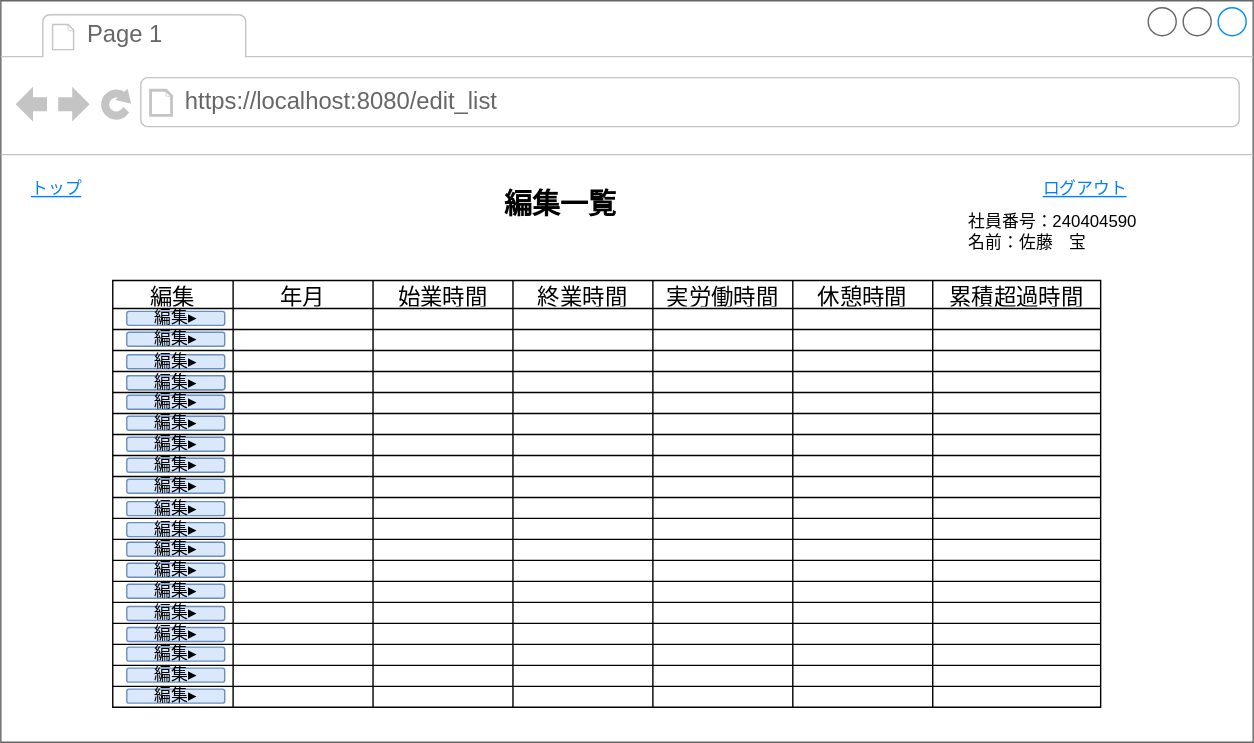
This is 基本設計/画面設計図/21_editlist.drawio.svg from ICT-Training-2026/team-project-15, a draw.io export, as it was before one commit. Source tidied: cells renumbered, new cells last; positions are measured from the earlier drawing's top-left corner, leaving out a move shared by most shapes.
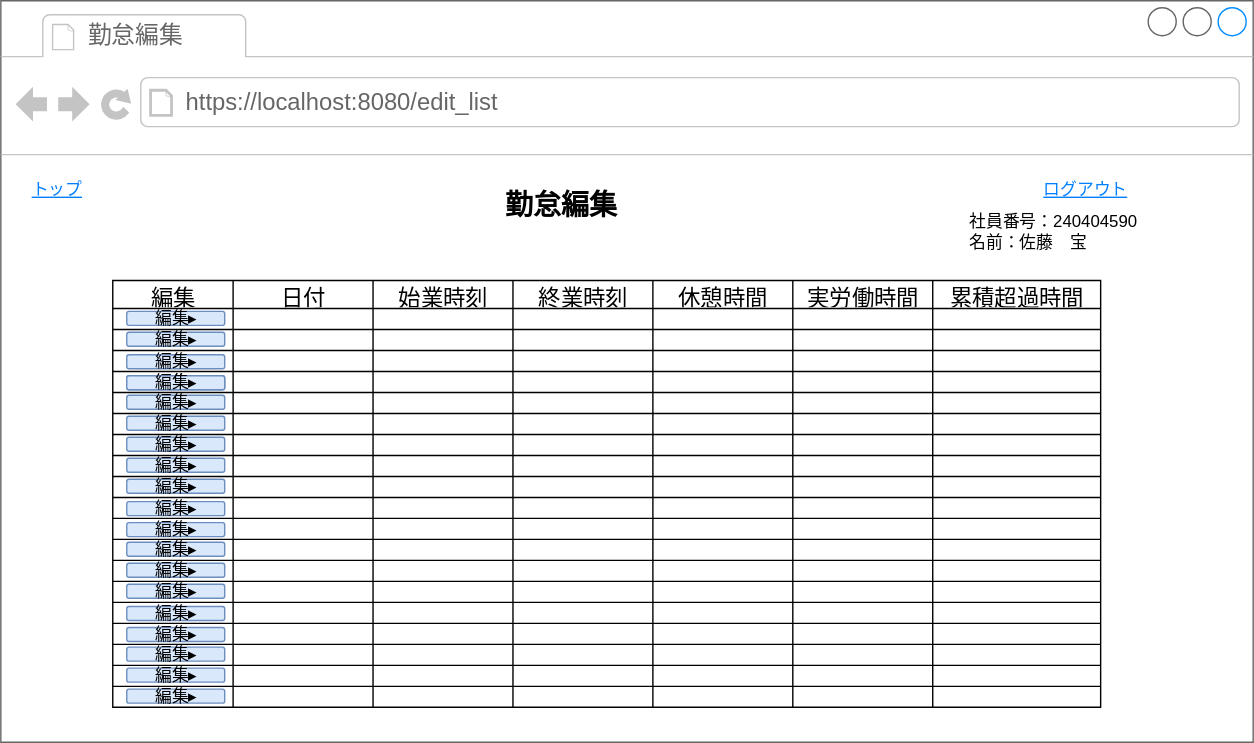
The same file after the commit.

Change to the diagram source:
```diff
@@ -5,7 +5,7 @@
     <mxCell id="2" style="strokeWidth=1;shadow=0;dashed=0;align=center;html=1;shape=mxgraph.mockup.containers.browserWindow;rSize=0;strokeColor=#666666;strokeColor2=#008cff;strokeColor3=#c4c4c4;mainText=,;" parent="1" vertex="1">
       <mxGeometry width="895" height="530" as="geometry" />
     </mxCell>
-    <mxCell id="3" value="Page 1" style="strokeWidth=1;shadow=0;dashed=0;align=center;html=1;shape=mxgraph.mockup.containers.anchor;fontSize=17;fontColor=#666666;align=left;whiteSpace=wrap;" parent="2" vertex="1">
+    <mxCell id="3" value="勤怠編集" style="strokeWidth=1;shadow=0;dashed=0;align=center;html=1;shape=mxgraph.mockup.containers.anchor;fontSize=17;fontColor=#666666;align=left;whiteSpace=wrap;" parent="2" vertex="1">
       <mxGeometry x="60" y="12" width="110" height="26" as="geometry" />
     </mxCell>
     <mxCell id="4" value="https://localhost:8080/edit_list" style="strokeWidth=1;shadow=0;dashed=0;align=center;html=1;shape=mxgraph.mockup.containers.anchor;rSize=0;fontSize=17;fontColor=#666666;align=left;" parent="2" vertex="1">
@@ -17,7 +17,7 @@
     <mxCell id="6" value="&lt;font color=&quot;#007fff&quot;&gt;&lt;u&gt;ログアウト&lt;/u&gt;&lt;/font&gt;" style="text;html=1;align=center;verticalAlign=middle;whiteSpace=wrap;rounded=0;" parent="2" vertex="1">
       <mxGeometry x="740" y="120" width="70" height="30" as="geometry" />
     </mxCell>
-    <mxCell id="7" value="&lt;b&gt;&lt;font style=&quot;font-size: 20px;&quot;&gt;編集一覧&lt;/font&gt;&lt;/b&gt;" style="text;html=1;align=center;verticalAlign=middle;whiteSpace=wrap;rounded=0;" parent="2" vertex="1">
+    <mxCell id="7" value="&lt;span style=&quot;font-size: 20px;&quot;&gt;&lt;b&gt;勤怠編集&lt;/b&gt;&lt;/span&gt;" style="text;html=1;align=center;verticalAlign=middle;whiteSpace=wrap;rounded=0;" parent="2" vertex="1">
       <mxGeometry x="350" y="130" width="100" height="30" as="geometry" />
     </mxCell>
     <mxCell id="8" value="&lt;div&gt;社員番号：240404590&lt;/div&gt;&lt;div&gt;名前：佐藤　宝&lt;/div&gt;" style="text;html=1;align=left;verticalAlign=middle;whiteSpace=wrap;rounded=0;" parent="2" vertex="1">
@@ -32,19 +32,19 @@
     <mxCell id="11" value="編集" style="shape=partialRectangle;html=1;whiteSpace=wrap;strokeColor=inherit;overflow=hidden;fillColor=none;top=0;left=0;bottom=0;right=0;fontSize=16;verticalAlign=middle;" parent="10" vertex="1">
       <mxGeometry width="86" height="20" as="geometry" />
     </mxCell>
-    <mxCell id="12" value="年月" style="shape=partialRectangle;html=1;whiteSpace=wrap;strokeColor=inherit;overflow=hidden;fillColor=none;top=0;left=0;bottom=0;right=0;fontSize=16;verticalAlign=middle;" parent="10" vertex="1">
+    <mxCell id="12" value="日付" style="shape=partialRectangle;html=1;whiteSpace=wrap;strokeColor=inherit;overflow=hidden;fillColor=none;top=0;left=0;bottom=0;right=0;fontSize=16;verticalAlign=middle;" parent="10" vertex="1">
       <mxGeometry x="86" width="100" height="20" as="geometry" />
     </mxCell>
-    <mxCell id="13" value="始業時間" style="shape=partialRectangle;html=1;whiteSpace=wrap;strokeColor=inherit;overflow=hidden;fillColor=none;top=0;left=0;bottom=0;right=0;fontSize=16;" parent="10" vertex="1">
+    <mxCell id="13" value="始業時刻" style="shape=partialRectangle;html=1;whiteSpace=wrap;strokeColor=inherit;overflow=hidden;fillColor=none;top=0;left=0;bottom=0;right=0;fontSize=16;" parent="10" vertex="1">
       <mxGeometry x="186" width="100" height="20" as="geometry" />
     </mxCell>
-    <mxCell id="14" value="終業時間" style="shape=partialRectangle;html=1;whiteSpace=wrap;strokeColor=inherit;overflow=hidden;fillColor=none;top=0;left=0;bottom=0;right=0;fontSize=16;" parent="10" vertex="1">
+    <mxCell id="14" value="終業時刻" style="shape=partialRectangle;html=1;whiteSpace=wrap;strokeColor=inherit;overflow=hidden;fillColor=none;top=0;left=0;bottom=0;right=0;fontSize=16;" parent="10" vertex="1">
       <mxGeometry x="286" width="100" height="20" as="geometry" />
     </mxCell>
-    <mxCell id="15" value="実労働時間" style="shape=partialRectangle;html=1;whiteSpace=wrap;strokeColor=inherit;overflow=hidden;fillColor=none;top=0;left=0;bottom=0;right=0;fontSize=16;" parent="10" vertex="1">
+    <mxCell id="15" value="休憩時間" style="shape=partialRectangle;html=1;whiteSpace=wrap;strokeColor=inherit;overflow=hidden;fillColor=none;top=0;left=0;bottom=0;right=0;fontSize=16;" parent="10" vertex="1">
       <mxGeometry x="386" width="100" height="20" as="geometry" />
     </mxCell>
-    <mxCell id="16" value="休憩時間" style="shape=partialRectangle;html=1;whiteSpace=wrap;strokeColor=inherit;overflow=hidden;fillColor=none;top=0;left=0;bottom=0;right=0;fontSize=16;" parent="10" vertex="1">
+    <mxCell id="16" value="実労働時間" style="shape=partialRectangle;html=1;whiteSpace=wrap;strokeColor=inherit;overflow=hidden;fillColor=none;top=0;left=0;bottom=0;right=0;fontSize=16;" parent="10" vertex="1">
       <mxGeometry x="486" width="100" height="20" as="geometry" />
     </mxCell>
     <mxCell id="17" value="累積超過時間" style="shape=partialRectangle;html=1;whiteSpace=wrap;strokeColor=inherit;overflow=hidden;fillColor=none;top=0;left=0;bottom=0;right=0;fontSize=16;" parent="10" vertex="1">
```
